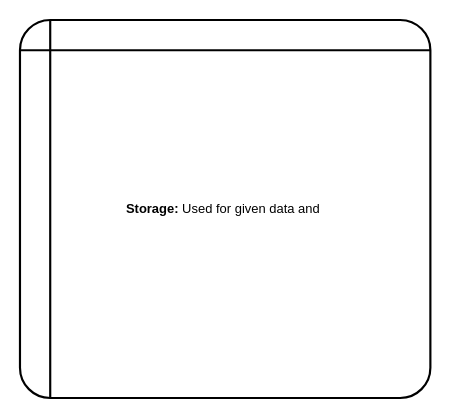
Earlier version of the draw.io diagram page "Legenda" (2 of 2) of Diagram zonder titel.drawio (Reefter7/PWS-FLOWCHARTS). Source tidied: cells renumbered, new cells numbered last; positions are measured from the earlier drawing's top-left corner, leaving out a move shared by most shapes. Both pictures are drawn from the tidied source at 108%, with x=0, y=0 at pixel (19, 19).
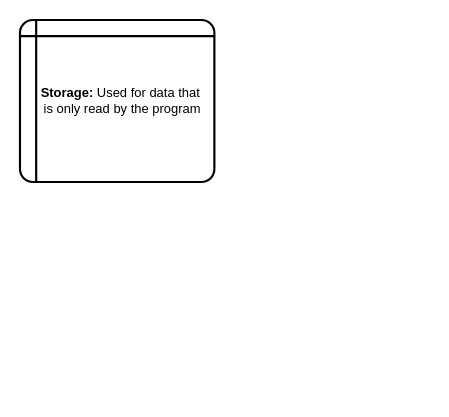
The same page after the edit.

Change to the diagram source:
```diff
@@
 <mxGraphModel>
   <root>
     <mxCell id="0" />
     <mxCell id="1" parent="0" />
-    <mxCell id="2" value="&lt;b&gt;Storage: &lt;/b&gt;Used for given data and&amp;nbsp;" style="shape=internalStorage;whiteSpace=wrap;html=1;dx=15;dy=15;rounded=1;arcSize=8;strokeWidth=2;" parent="1" vertex="1">
-      <mxGeometry width="380" height="350" as="geometry" />
+    <mxCell id="2" value="&lt;b&gt;&amp;nbsp; Storage: &lt;/b&gt;Used for data that &lt;br&gt;&amp;nbsp; &amp;nbsp; is only read by the program&amp;nbsp;" style="shape=internalStorage;whiteSpace=wrap;html=1;dx=15;dy=15;rounded=1;arcSize=8;strokeWidth=2;" parent="1" vertex="1">
+      <mxGeometry width="180" height="150" as="geometry" />
     </mxCell>
   </root>
 </mxGraphModel>
```
